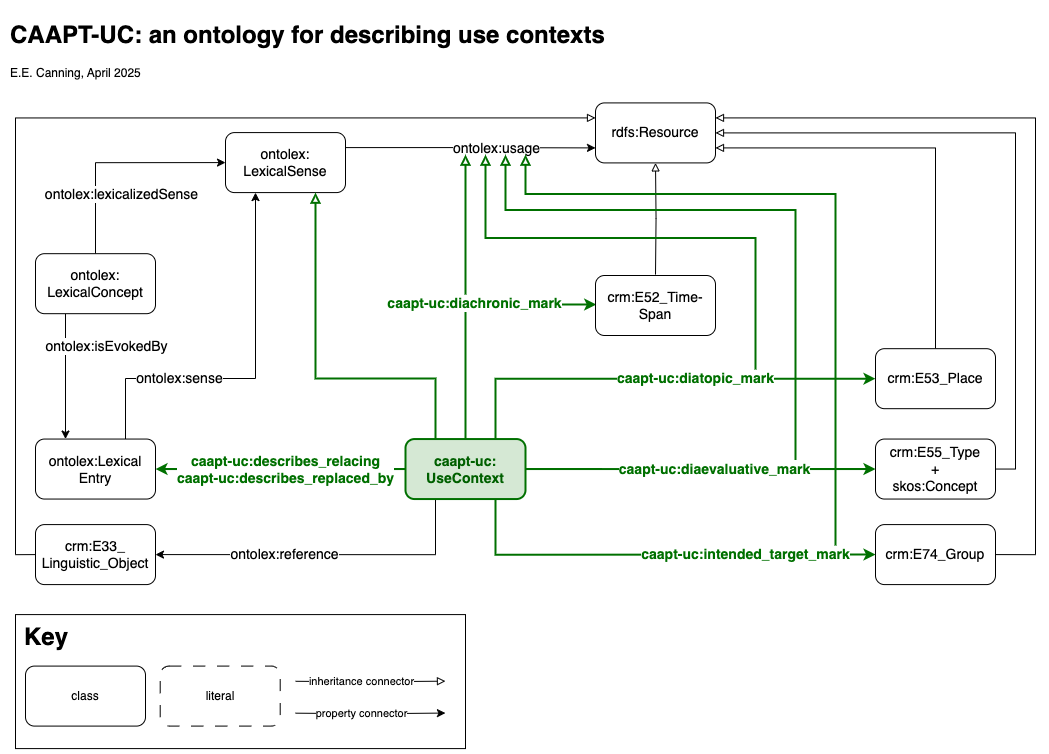
The draw.io diagram docs/img/caapt_ontology-2_caapt-uc.png in eecanning/caapt, before a commit. Source tidied: cells renumbered, new cells last; positions are measured from the earlier drawing's top-left corner, leaving out a move shared by most shapes.
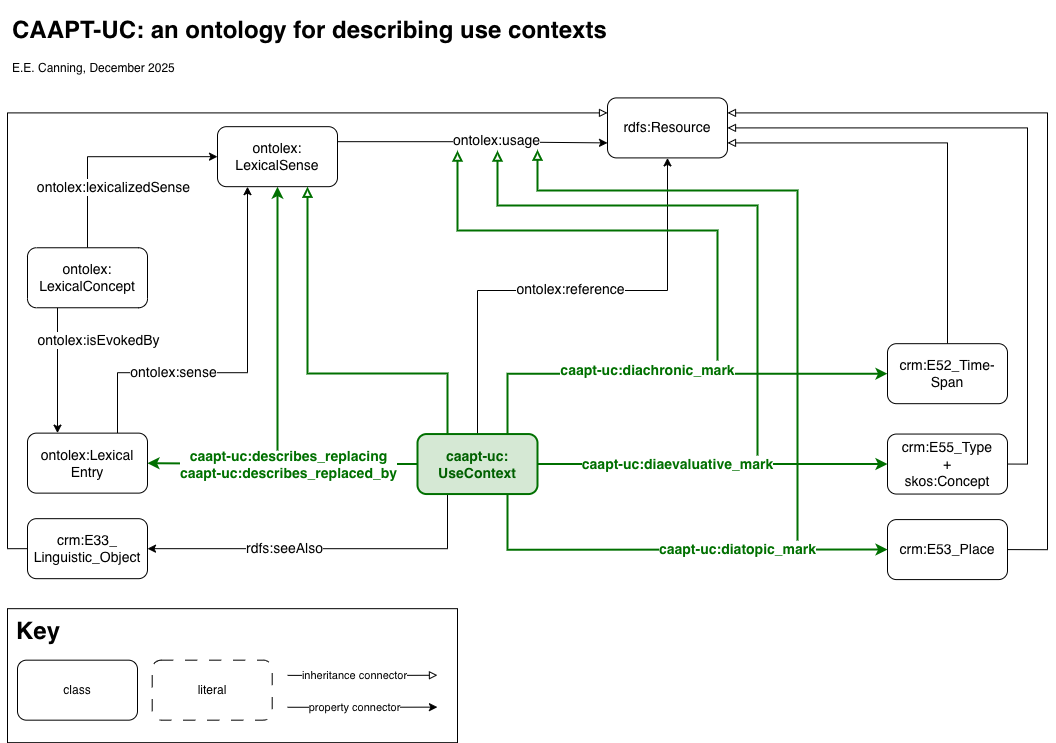
The same diagram one commit later.

Diff of the diagram source:
```diff
@@ -5,15 +5,15 @@
     <mxCell id="2" style="edgeStyle=orthogonalEdgeStyle;rounded=0;jettySize=auto;html=1;exitX=1;exitY=0.5;exitDx=0;exitDy=0;entryX=1;entryY=0.5;entryDx=0;entryDy=0;endArrow=block;endFill=0;" parent="1" edge="1" source="3" target="31">
       <mxGeometry relative="1" as="geometry">
         <Array as="points">
-          <mxPoint x="1010" y="454.1" />
-          <mxPoint x="1010" y="117.1" />
+          <mxPoint x="1030" y="455" />
+          <mxPoint x="1030" y="118" />
         </Array>
       </mxGeometry>
     </mxCell>
     <mxCell id="3" value="crm:E55_Type&lt;div&gt;+&lt;/div&gt;&lt;div&gt;skos:Concept&lt;/div&gt;" style="rounded=1;whiteSpace=wrap;html=1;fillColor=#ffffff;strokeColor=#000000;fontColor=#000000;fontSize=14;" parent="1" vertex="1">
-      <mxGeometry x="870" y="423.5" width="120" height="60" as="geometry" />
+      <mxGeometry x="890" y="424.5" width="120" height="60" as="geometry" />
     </mxCell>
-    <mxCell id="4" value="ontolex:sense" style="edgeStyle=orthogonalEdgeStyle;rounded=0;jettySize=auto;html=1;exitX=0.75;exitY=0;exitDx=0;exitDy=0;strokeColor=#000000;fontColor=#000000;fontSize=14;entryX=0.25;entryY=1;entryDx=0;entryDy=0;" parent="1" edge="1" source="30" target="19">
+    <mxCell id="4" value="ontolex:sense" style="edgeStyle=orthogonalEdgeStyle;rounded=0;jettySize=auto;html=1;exitX=0.75;exitY=0;exitDx=0;exitDy=0;strokeColor=#000000;fontColor=#000000;fontSize=14;entryX=0.25;entryY=1;entryDx=0;entryDy=0;" parent="1" edge="1" source="30" target="20">
       <mxGeometry x="-0.39" relative="1" as="geometry">
         <Array as="points">
           <mxPoint x="120" y="363.1" />
@@ -22,110 +22,103 @@
       </mxGeometry>
     </mxCell>
     <mxCell id="5" value="caapt-uc:diaevaluative_mark" style="edgeStyle=orthogonalEdgeStyle;rounded=0;jettySize=auto;html=1;exitX=1;exitY=0.5;exitDx=0;exitDy=0;entryX=0;entryY=0.5;entryDx=0;entryDy=0;fontColor=#007000;strokeColor=#007000;fontSize=14;fontStyle=1;strokeWidth=2;" parent="1" edge="1" source="16" target="3">
-      <mxGeometry x="0.09" relative="1" as="geometry">
+      <mxGeometry x="-0.2" relative="1" as="geometry">
         <Array as="points">
-          <mxPoint x="740" y="454" />
-          <mxPoint x="740" y="454" />
+          <mxPoint x="760" y="454.9" />
+          <mxPoint x="760" y="454.9" />
         </Array>
       </mxGeometry>
     </mxCell>
-    <mxCell id="6" value="&lt;font&gt;caapt-uc:diatopic_mark&lt;/font&gt;" style="edgeStyle=orthogonalEdgeStyle;rounded=0;jettySize=auto;html=1;exitX=0.75;exitY=0;exitDx=0;exitDy=0;fontColor=#007000;strokeColor=#007000;fontSize=14;fontStyle=1;strokeWidth=2;entryX=0;entryY=0.5;entryDx=0;entryDy=0;" parent="1" edge="1" source="16" target="22">
-      <mxGeometry x="0.18" relative="1" as="geometry">
+    <mxCell id="6" value="&lt;font&gt;caapt-uc:diachronic_mark&lt;/font&gt;" style="edgeStyle=orthogonalEdgeStyle;rounded=0;jettySize=auto;html=1;exitX=0.75;exitY=0;exitDx=0;exitDy=0;fontColor=#007000;strokeColor=#007000;fontSize=14;fontStyle=1;strokeWidth=2;entryX=0;entryY=0.5;entryDx=0;entryDy=0;" parent="1" edge="1" source="16" target="23">
+      <mxGeometry x="-0.09" y="3" relative="1" as="geometry">
         <Array as="points">
-          <mxPoint x="490" y="363.1" />
+          <mxPoint x="510" y="364" />
         </Array>
       </mxGeometry>
     </mxCell>
     <mxCell id="7" style="edgeStyle=orthogonalEdgeStyle;rounded=0;jettySize=auto;html=1;exitX=1;exitY=0.5;exitDx=0;exitDy=0;entryX=1;entryY=0.25;entryDx=0;entryDy=0;endArrow=block;endFill=0;" parent="1" edge="1" source="8" target="31">
       <mxGeometry relative="1" as="geometry">
         <Array as="points">
-          <mxPoint x="1030" y="539.1" />
-          <mxPoint x="1030" y="102.1" />
+          <mxPoint x="1050" y="540" />
+          <mxPoint x="1050" y="103" />
         </Array>
       </mxGeometry>
     </mxCell>
-    <mxCell id="8" value="crm:E74_Group" style="rounded=1;whiteSpace=wrap;html=1;fillColor=#ffffff;fontColor=#000000;strokeColor=#000000;fontSize=14;" parent="1" vertex="1">
-      <mxGeometry x="870" y="509.1" width="120" height="60" as="geometry" />
+    <mxCell id="8" value="crm:E53_Place" style="rounded=1;whiteSpace=wrap;html=1;fillColor=#ffffff;fontColor=#000000;strokeColor=#000000;fontSize=14;" parent="1" vertex="1">
+      <mxGeometry x="890" y="510" width="120" height="60" as="geometry" />
     </mxCell>
-    <mxCell id="9" style="edgeStyle=orthogonalEdgeStyle;rounded=0;jettySize=auto;html=1;exitX=0.5;exitY=0;exitDx=0;exitDy=0;entryX=0.5;entryY=1;entryDx=0;entryDy=0;endArrow=block;endFill=0;" parent="1" edge="1" target="31">
-      <mxGeometry relative="1" as="geometry">
-        <mxPoint x="650" y="259.1" as="sourcePoint" />
+    <mxCell id="9" value="rdfs:seeAlso" style="edgeStyle=orthogonalEdgeStyle;rounded=0;jettySize=auto;html=1;exitX=0.25;exitY=1;exitDx=0;exitDy=0;entryX=1;entryY=0.5;entryDx=0;entryDy=0;fontColor=#000000;strokeColor=#000000;fontSize=14;" parent="1" edge="1" source="16" target="27">
+      <mxGeometry x="0.23" relative="1" as="geometry">
+        <Array as="points">
+          <mxPoint x="450" y="540" />
+        </Array>
       </mxGeometry>
     </mxCell>
-    <mxCell id="10" value="&lt;font&gt;caapt-uc:diachronic_mark&lt;/font&gt;" style="edgeStyle=orthogonalEdgeStyle;rounded=0;jettySize=auto;html=1;exitX=0.5;exitY=0;exitDx=0;exitDy=0;fontColor=#007000;strokeColor=#007000;fontSize=14;entryX=0.006;entryY=0.486;entryDx=0;entryDy=0;fontStyle=1;strokeWidth=2;entryPerimeter=0;" parent="1" edge="1" source="16">
-      <mxGeometry x="0.09" y="1" relative="1" as="geometry">
-        <mxPoint x="590.7" y="288.2" as="targetPoint" />
+    <mxCell id="10" style="edgeStyle=orthogonalEdgeStyle;rounded=0;jettySize=auto;html=1;exitX=0.5;exitY=0;exitDx=0;exitDy=0;entryX=0;entryY=0.5;entryDx=0;entryDy=0;fillColor=#f8cecc;strokeColor=#000000;strokeWidth=1;fontStyle=0;" parent="1" edge="1" source="29" target="20">
+      <mxGeometry relative="1" as="geometry">
         <Array as="points">
-          <mxPoint x="460" y="289.1" />
-          <mxPoint x="591" y="289.1" />
+          <mxPoint x="90" y="147.1" />
         </Array>
       </mxGeometry>
     </mxCell>
-    <mxCell id="11" value="ontolex:reference" style="edgeStyle=orthogonalEdgeStyle;rounded=0;jettySize=auto;html=1;exitX=0.25;exitY=1;exitDx=0;exitDy=0;entryX=1;entryY=0.5;entryDx=0;entryDy=0;fontColor=#000000;strokeColor=#000000;fontSize=14;" parent="1" edge="1" source="16" target="27">
-      <mxGeometry x="0.23" relative="1" as="geometry">
-        <Array as="points">
-          <mxPoint x="430" y="539.1" />
-        </Array>
-        <mxPoint x="-1" as="offset" />
+    <mxCell id="11" value="&lt;font style=&quot;font-size: 14px;&quot;&gt;ontolex:lexicalizedSense&lt;/font&gt;" style="edgeLabel;html=1;align=center;verticalAlign=middle;fontStyle=0;" parent="10" vertex="1">
+      <mxGeometry x="-0.57" y="2" relative="1" as="geometry">
+        <mxPoint x="27" y="-13" as="offset" />
       </mxGeometry>
     </mxCell>
-    <mxCell id="12" style="edgeStyle=orthogonalEdgeStyle;rounded=0;jettySize=auto;html=1;exitX=0.5;exitY=0;exitDx=0;exitDy=0;entryX=0;entryY=0.5;entryDx=0;entryDy=0;fillColor=#f8cecc;strokeColor=#000000;strokeWidth=1;fontStyle=0;" parent="1" edge="1" source="29" target="19">
-      <mxGeometry relative="1" as="geometry">
-        <Array as="points">
-          <mxPoint x="90" y="147.1" />
-        </Array>
-      </mxGeometry>
+    <mxCell id="12" style="edgeStyle=orthogonalEdgeStyle;rounded=0;jettySize=auto;html=1;exitX=0;exitY=0.5;exitDx=0;exitDy=0;entryX=1;entryY=0.5;entryDx=0;entryDy=0;strokeColor=#007000;strokeWidth=2;fontColor=#007000;" parent="1" edge="1" source="16" target="30">
+      <mxGeometry relative="1" as="geometry" />
     </mxCell>
-    <mxCell id="13" value="&lt;font style=&quot;font-size: 14px;&quot;&gt;ontolex:lexicalizedSense&lt;/font&gt;" style="edgeLabel;html=1;align=center;verticalAlign=middle;fontStyle=0;" parent="12" vertex="1">
-      <mxGeometry x="-0.57" y="2" relative="1" as="geometry">
-        <mxPoint x="27" y="-13" as="offset" />
+    <mxCell id="13" value="&lt;font style=&quot;font-size: 14px;&quot;&gt;&lt;b&gt;caapt&lt;/b&gt;&lt;span style=&quot;font-weight: 700;&quot;&gt;-uc&lt;/span&gt;&lt;b&gt;:describes_replacing&lt;br&gt;caapt&lt;/b&gt;&lt;span style=&quot;font-weight: 700;&quot;&gt;-uc&lt;/span&gt;&lt;b&gt;:describes_replaced_by&lt;/b&gt;&lt;/font&gt;" style="edgeLabel;html=1;align=center;verticalAlign=middle;fontColor=#007000;" parent="12" vertex="1">
+      <mxGeometry y="-1" relative="1" as="geometry">
+        <mxPoint x="5" y="1" as="offset" />
       </mxGeometry>
     </mxCell>
-    <mxCell id="14" style="edgeStyle=orthogonalEdgeStyle;rounded=0;jettySize=auto;html=1;exitX=0;exitY=0.5;exitDx=0;exitDy=0;entryX=1;entryY=0.5;entryDx=0;entryDy=0;strokeColor=#007000;strokeWidth=2;fontColor=#007000;" parent="1" edge="1" source="16" target="30">
-      <mxGeometry relative="1" as="geometry" />
+    <mxCell id="14" style="edgeStyle=orthogonalEdgeStyle;rounded=0;jettySize=auto;html=1;exitX=0.5;exitY=0;exitDx=0;exitDy=0;entryX=0.5;entryY=1;entryDx=0;entryDy=0;" parent="1" edge="1" source="16" target="31">
+      <mxGeometry relative="1" as="geometry">
+        <Array as="points">
+          <mxPoint x="480" y="280.9" />
+          <mxPoint x="670" y="280.9" />
+        </Array>
+      </mxGeometry>
     </mxCell>
-    <mxCell id="15" value="&lt;font style=&quot;font-size: 14px;&quot;&gt;&lt;b&gt;caapt&lt;/b&gt;&lt;span style=&quot;font-weight: 700;&quot;&gt;-uc&lt;/span&gt;&lt;b&gt;:describes_relacing&lt;br&gt;caapt&lt;/b&gt;&lt;span style=&quot;font-weight: 700;&quot;&gt;-uc&lt;/span&gt;&lt;b&gt;:describes_replaced_by&lt;/b&gt;&lt;/font&gt;" style="edgeLabel;html=1;align=center;verticalAlign=middle;fontColor=#007000;" parent="14" vertex="1">
-      <mxGeometry y="-1" relative="1" as="geometry">
-        <mxPoint x="5" y="1" as="offset" />
+    <mxCell id="15" value="&lt;font style=&quot;font-size: 14px;&quot;&gt;ontolex:reference&lt;/font&gt;" style="edgeLabel;html=1;align=center;verticalAlign=middle;" parent="14" vertex="1">
+      <mxGeometry x="0.01" y="3" relative="1" as="geometry">
+        <mxPoint y="1" as="offset" />
       </mxGeometry>
     </mxCell>
     <mxCell id="16" value="caapt-uc:&lt;br&gt;UseContext" style="rounded=1;whiteSpace=wrap;html=1;fillColor=#d5e8d4;strokeColor=#007000;fontSize=14;fontStyle=1;strokeWidth=2;fontColor=#006000;" parent="1" vertex="1">
-      <mxGeometry x="400" y="423.5" width="120" height="60" as="geometry" />
+      <mxGeometry x="420" y="424.5" width="120" height="60" as="geometry" />
     </mxCell>
-    <mxCell id="17" style="edgeStyle=orthogonalEdgeStyle;rounded=0;jettySize=auto;html=1;entryX=0;entryY=0.75;entryDx=0;entryDy=0;exitX=1;exitY=0.25;exitDx=0;exitDy=0;" parent="1" edge="1" source="19" target="31">
+    <mxCell id="17" style="edgeStyle=orthogonalEdgeStyle;rounded=0;jettySize=auto;html=1;entryX=0;entryY=0.75;entryDx=0;entryDy=0;exitX=1;exitY=0.25;exitDx=0;exitDy=0;" parent="1" edge="1" source="20" target="31">
       <mxGeometry relative="1" as="geometry" />
     </mxCell>
     <mxCell id="18" value="&lt;font style=&quot;font-size: 14px;&quot;&gt;ontolex:usage&lt;/font&gt;" style="edgeLabel;html=1;align=center;verticalAlign=middle;" parent="17" vertex="1">
       <mxGeometry x="0.3" y="1" relative="1" as="geometry">
-        <mxPoint x="-13" y="1" as="offset" />
+        <mxPoint x="-17" y="-2" as="offset" />
       </mxGeometry>
     </mxCell>
-    <mxCell id="19" value="ontolex:&lt;br&gt;Lexical&lt;span style=&quot;font-size: 14px;&quot;&gt;Sense&lt;/span&gt;" style="rounded=1;whiteSpace=wrap;html=1;fillColor=#ffffff;fontColor=#000000;strokeColor=#000000;fontSize=14;" parent="1" vertex="1">
-      <mxGeometry x="220" y="117.1" width="120" height="60" as="geometry" />
+    <mxCell id="19" style="edgeStyle=orthogonalEdgeStyle;rounded=0;jettySize=auto;html=1;exitX=0.5;exitY=1;exitDx=0;exitDy=0;entryX=0.5;entryY=1;entryDx=0;entryDy=0;strokeWidth=2;strokeColor=#007000;" parent="1" edge="1" target="20">
+      <mxGeometry relative="1" as="geometry">
+        <mxPoint x="280" y="440.9" as="sourcePoint" />
+      </mxGeometry>
     </mxCell>
-    <mxCell id="20" style="endArrow=block;html=1;rounded=0;edgeStyle=orthogonalEdgeStyle;endFill=0;strokeColor=#007000;exitX=0.25;exitY=0;exitDx=0;exitDy=0;fontSize=14;fontColor=#007000;strokeWidth=2;entryX=0.75;entryY=1;entryDx=0;entryDy=0;" parent="1" edge="1" source="16" target="19">
-      <mxGeometry relative="1" as="geometry">
-        <Array as="points">
-          <mxPoint x="430" y="363.1" />
-          <mxPoint x="310" y="363.1" />
-        </Array>
-      </mxGeometry>
+    <mxCell id="20" value="ontolex:&lt;br&gt;Lexical&lt;span style=&quot;font-size: 14px;&quot;&gt;Sense&lt;/span&gt;" style="rounded=1;whiteSpace=wrap;html=1;fillColor=#ffffff;fontColor=#000000;strokeColor=#000000;fontSize=14;" parent="1" vertex="1">
+      <mxGeometry x="220" y="117.1" width="120" height="60" as="geometry" />
     </mxCell>
-    <mxCell id="21" style="edgeStyle=orthogonalEdgeStyle;rounded=0;jettySize=auto;html=1;exitX=0.5;exitY=0;exitDx=0;exitDy=0;entryX=1;entryY=0.75;entryDx=0;entryDy=0;endArrow=block;endFill=0;" parent="1" edge="1" source="22" target="31">
-      <mxGeometry relative="1" as="geometry" />
+    <mxCell id="21" style="endArrow=block;html=1;rounded=0;edgeStyle=orthogonalEdgeStyle;endFill=0;strokeColor=#007000;exitX=0.25;exitY=0;exitDx=0;exitDy=0;fontSize=14;fontColor=#007000;strokeWidth=2;entryX=0.75;entryY=1;entryDx=0;entryDy=0;" parent="1" edge="1" source="16" target="20">
+      <mxGeometry relative="1" as="geometry">
+        <Array as="points">
+          <mxPoint x="450" y="363.9" />
+          <mxPoint x="310" y="363.9" />
+        </Array>
+      </mxGeometry>
     </mxCell>
-    <mxCell id="22" value="crm:E53_Place" style="rounded=1;whiteSpace=wrap;html=1;fillColor=#ffffff;fontColor=#000000;strokeColor=#000000;fontSize=14;" parent="1" vertex="1">
-      <mxGeometry x="870" y="333.2" width="120" height="60" as="geometry" />
+    <mxCell id="22" style="edgeStyle=orthogonalEdgeStyle;rounded=0;jettySize=auto;html=1;exitX=0.5;exitY=0;exitDx=0;exitDy=0;entryX=1;entryY=0.75;entryDx=0;entryDy=0;endArrow=block;endFill=0;" parent="1" edge="1" source="23" target="31">
+      <mxGeometry relative="1" as="geometry" />
     </mxCell>
-    <mxCell id="23" style="endArrow=block;html=1;rounded=0;edgeStyle=orthogonalEdgeStyle;endFill=0;strokeColor=#007000;fontSize=14;fontColor=#007000;strokeWidth=2;" parent="1" edge="1">
-      <mxGeometry relative="1" as="geometry">
-        <mxPoint x="460" y="279.1" as="sourcePoint" />
-        <mxPoint x="460" y="139.1" as="targetPoint" />
-        <Array as="points">
-          <mxPoint x="460" y="207.4" />
-          <mxPoint x="460" y="207.4" />
-        </Array>
-      </mxGeometry>
+    <mxCell id="23" value="&lt;div&gt;crm:E52_Time-Span&lt;/div&gt;" style="rounded=1;whiteSpace=wrap;html=1;fillColor=#ffffff;fontColor=#000000;strokeColor=#000000;fontSize=14;" parent="1" vertex="1">
+      <mxGeometry x="890" y="334.1" width="120" height="60" as="geometry" />
     </mxCell>
     <mxCell id="24" style="edgeStyle=orthogonalEdgeStyle;rounded=0;jettySize=auto;html=1;exitX=0.25;exitY=1;exitDx=0;exitDy=0;fillColor=#ffe6cc;strokeColor=#000000;strokeWidth=1;fontStyle=0;entryX=0.25;entryY=0;entryDx=0;entryDy=0;" parent="1" edge="1" source="29" target="30">
       <mxGeometry relative="1" as="geometry" />
@@ -141,10 +134,10 @@
     <mxCell id="27" value="crm:E33_&lt;br&gt;Linguistic_Object" style="rounded=1;whiteSpace=wrap;html=1;fillColor=#ffffff;strokeColor=#000000;fontColor=#000000;fontSize=14;" parent="1" vertex="1">
       <mxGeometry x="30" y="509.1" width="120" height="60" as="geometry" />
     </mxCell>
-    <mxCell id="28" value="&lt;font&gt;caapt-uc:intended_target_mark&lt;/font&gt;" style="edgeStyle=orthogonalEdgeStyle;rounded=0;jettySize=auto;html=1;fontColor=#007000;strokeColor=#007000;fontSize=14;fontStyle=1;strokeWidth=2;exitX=0.75;exitY=1;exitDx=0;exitDy=0;labelBackgroundColor=default;entryX=0;entryY=0.5;entryDx=0;entryDy=0;" parent="1" edge="1" source="16" target="8">
-      <mxGeometry x="0.4" relative="1" as="geometry">
+    <mxCell id="28" value="&lt;font&gt;caapt-uc:diatopic_mark&lt;/font&gt;" style="edgeStyle=orthogonalEdgeStyle;rounded=0;jettySize=auto;html=1;fontColor=#007000;strokeColor=#007000;fontSize=14;fontStyle=1;strokeWidth=2;exitX=0.75;exitY=1;exitDx=0;exitDy=0;labelBackgroundColor=default;entryX=0;entryY=0.5;entryDx=0;entryDy=0;" parent="1" edge="1" source="16" target="8">
+      <mxGeometry x="0.31" relative="1" as="geometry">
         <Array as="points">
-          <mxPoint x="490" y="539.1" />
+          <mxPoint x="510" y="540" />
         </Array>
       </mxGeometry>
     </mxCell>
@@ -155,35 +148,35 @@
       <mxGeometry x="30" y="423.5" width="120" height="60" as="geometry" />
     </mxCell>
     <mxCell id="31" value="rdfs:Resource" style="rounded=1;whiteSpace=wrap;html=1;fillColor=#ffffff;fontStyle=0;fontColor=#000000;strokeColor=#000000;fontSize=14;" parent="1" vertex="1">
-      <mxGeometry x="590" y="87.4" width="120" height="60" as="geometry" />
+      <mxGeometry x="610" y="88.3" width="120" height="60" as="geometry" />
     </mxCell>
     <mxCell id="32" style="endArrow=block;html=1;rounded=0;edgeStyle=orthogonalEdgeStyle;endFill=0;strokeColor=#007000;fontSize=14;fontColor=#007000;strokeWidth=2;" parent="1" edge="1">
       <mxGeometry relative="1" as="geometry">
-        <mxPoint x="750" y="354.1" as="sourcePoint" />
-        <mxPoint x="480" y="139.1" as="targetPoint" />
+        <mxPoint x="720" y="350.9" as="sourcePoint" />
+        <mxPoint x="460" y="140.9" as="targetPoint" />
         <Array as="points">
-          <mxPoint x="750" y="222.4" />
-          <mxPoint x="480" y="222.4" />
+          <mxPoint x="720" y="220.9" />
+          <mxPoint x="460" y="220.9" />
         </Array>
       </mxGeometry>
     </mxCell>
     <mxCell id="33" style="endArrow=block;html=1;rounded=0;edgeStyle=orthogonalEdgeStyle;endFill=0;strokeColor=#007000;fontSize=14;fontColor=#007000;strokeWidth=2;" parent="1" edge="1">
       <mxGeometry relative="1" as="geometry">
-        <mxPoint x="790" y="444.4" as="sourcePoint" />
-        <mxPoint x="500" y="139.1" as="targetPoint" />
+        <mxPoint x="760" y="445.9" as="sourcePoint" />
+        <mxPoint x="500" y="140.9" as="targetPoint" />
         <Array as="points">
-          <mxPoint x="790" y="194.4" />
-          <mxPoint x="500" y="194.4" />
+          <mxPoint x="760" y="195.9" />
+          <mxPoint x="500" y="195.9" />
         </Array>
       </mxGeometry>
     </mxCell>
     <mxCell id="34" style="endArrow=block;html=1;rounded=0;edgeStyle=orthogonalEdgeStyle;endFill=0;strokeColor=#007000;fontSize=14;fontColor=#007000;strokeWidth=2;" parent="1" edge="1">
       <mxGeometry relative="1" as="geometry">
-        <mxPoint x="830" y="530.1" as="sourcePoint" />
-        <mxPoint x="520" y="139.1" as="targetPoint" />
+        <mxPoint x="800" y="530.9" as="sourcePoint" />
+        <mxPoint x="540" y="140" as="targetPoint" />
         <Array as="points">
-          <mxPoint x="830" y="178.4" />
-          <mxPoint x="520" y="178.4" />
+          <mxPoint x="800" y="180.9" />
+          <mxPoint x="540" y="180.9" />
         </Array>
       </mxGeometry>
     </mxCell>
@@ -213,7 +206,7 @@
     <mxCell id="41" style="endArrow=block;html=1;rounded=0;edgeStyle=orthogonalEdgeStyle;endFill=0;" parent="1" edge="1">
       <mxGeometry relative="1" as="geometry">
         <mxPoint x="290.1" y="665.8" as="sourcePoint" />
-        <mxPoint x="440" y="665.7" as="targetPoint" />
+        <mxPoint x="440" y="665.6" as="targetPoint" />
       </mxGeometry>
     </mxCell>
     <mxCell id="42" value="inheritance connector" style="edgeLabel;html=1;align=center;verticalAlign=middle;" parent="41" vertex="1">
@@ -221,11 +214,8 @@
         <mxPoint y="-3" as="offset" />
       </mxGeometry>
     </mxCell>
-    <mxCell id="43" value="&lt;h1&gt;&lt;span style=&quot;background-color: initial;&quot;&gt;CAAPT-UC:&amp;nbsp;&lt;/span&gt;&lt;span style=&quot;background-color: transparent;&quot;&gt;an ontology for describing use contexts&amp;nbsp;&lt;/span&gt;&lt;/h1&gt;&lt;div&gt;&lt;span style=&quot;background-color: transparent;&quot;&gt;E.E. Canning, April 2025&lt;/span&gt;&lt;/div&gt;" style="text;html=1;strokeColor=none;fillColor=none;spacing=5;spacingTop=-20;whiteSpace=wrap;overflow=hidden;rounded=0;align=left;" parent="1" vertex="1">
-      <mxGeometry width="653.8" height="70" as="geometry" />
+    <mxCell id="43" value="&lt;h1&gt;&lt;span style=&quot;background-color: initial;&quot;&gt;CAAPT-UC:&amp;nbsp;&lt;/span&gt;&lt;span style=&quot;background-color: transparent;&quot;&gt;an ontology for describing use contexts&amp;nbsp;&lt;/span&gt;&lt;/h1&gt;&lt;div&gt;&lt;span style=&quot;background-color: transparent;&quot;&gt;E.E. Canning, December 2025&lt;/span&gt;&lt;/div&gt;" style="text;html=1;strokeColor=none;fillColor=none;spacing=5;spacingTop=-20;whiteSpace=wrap;overflow=hidden;rounded=0;align=left;" parent="1" vertex="1">
+      <mxGeometry x="10" y="0.9" width="653.8" height="70" as="geometry" />
     </mxCell>
-    <mxCell id="44" value="crm:E52_Time-Span" style="rounded=1;whiteSpace=wrap;html=1;fillColor=#ffffff;fontColor=#000000;strokeColor=#000000;fontSize=14;" parent="1" vertex="1">
-      <mxGeometry x="590" y="260" width="120" height="60" as="geometry" />
-    </mxCell>
   </root>
 </mxGraphModel>
```
